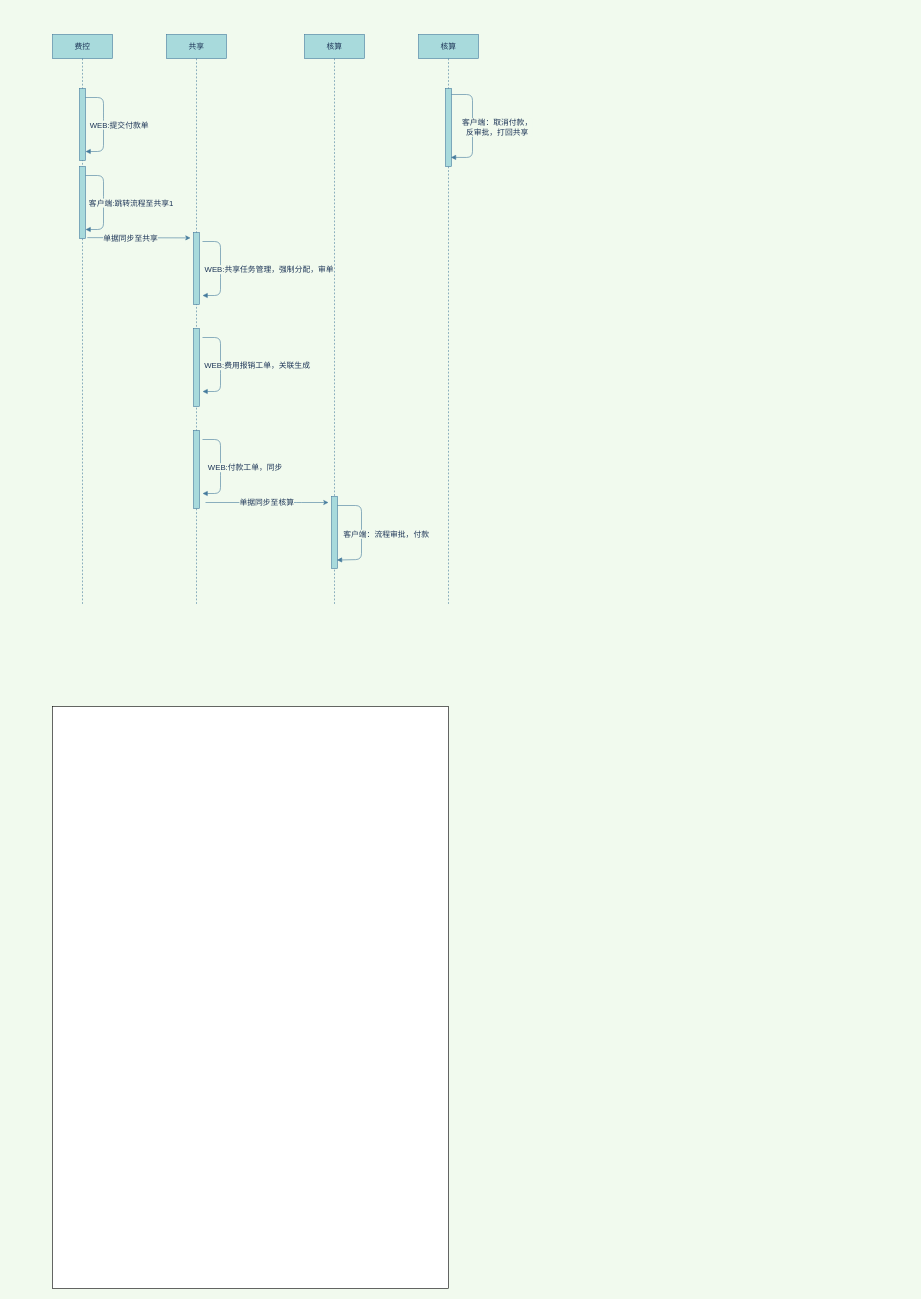
The draw.io diagram rpa-auto-test1.drawio in Alphathur/diagram, before the edit. Source tidied: cells renumbered, new cells numbered last; positions are measured from the earlier drawing's top-left corner, leaving out a move shared by most shapes. Both pictures are drawn from the tidied source at 60%, with x=0, y=0 at pixel (52, 34).
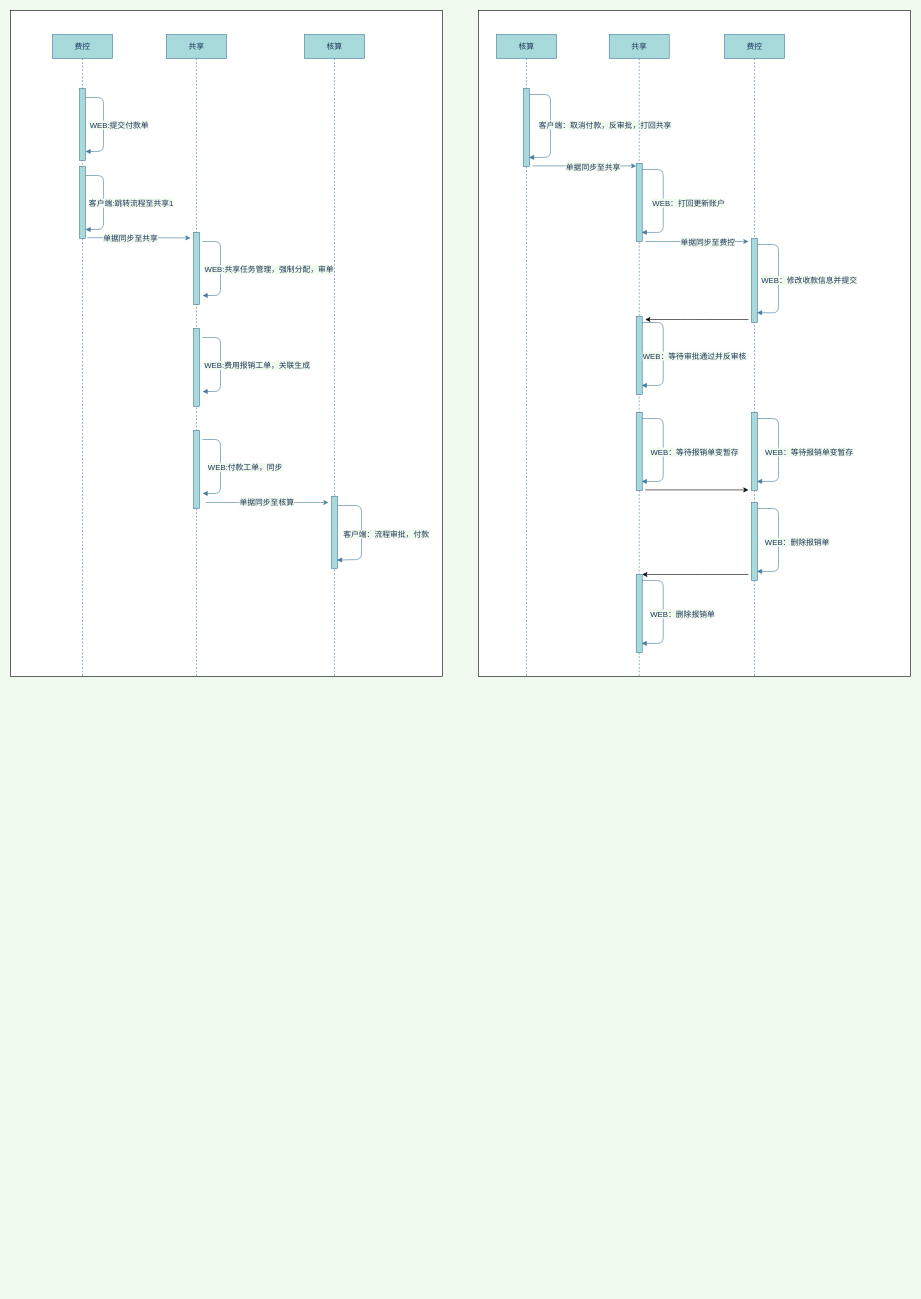
The same page after the edit.

What changed in the source:
```diff
@@
+    <mxCell id="32" style="rounded=0;whiteSpace=wrap;html=1;" parent="1" vertex="1">
+      <mxGeometry x="710" y="-40" width="720" height="1110" as="geometry" />
+    </mxCell>
     <mxCell id="2" style="rounded=0;whiteSpace=wrap;html=1;" parent="1" vertex="1">
-      <mxGeometry y="1120" width="660" height="970" as="geometry" />
+      <mxGeometry x="-70" y="-40" width="720" height="1110" as="geometry" />
     </mxCell>
     <mxCell id="3" value="共享" style="shape=umlLifeline;perimeter=lifelinePerimeter;whiteSpace=wrap;html=1;fontSize=13;fillColor=#A8DADC;strokeColor=#457B9D;fontColor=#1D3557;" parent="1" vertex="1">
-      <mxGeometry x="190" width="100" height="950" as="geometry" />
+      <mxGeometry x="190" width="100" height="1070" as="geometry" />
     </mxCell>
@@
     <mxCell id="6" value="费控" style="shape=umlLifeline;perimeter=lifelinePerimeter;whiteSpace=wrap;html=1;fontSize=13;fillColor=#A8DADC;strokeColor=#457B9D;fontColor=#1D3557;" parent="1" vertex="1">
-      <mxGeometry width="100" height="950" as="geometry" />
+      <mxGeometry width="100" height="1070" as="geometry" />
     </mxCell>
@@
     <mxCell id="8" value="核算" style="shape=umlLifeline;perimeter=lifelinePerimeter;whiteSpace=wrap;html=1;fontSize=13;fillColor=#A8DADC;strokeColor=#457B9D;fontColor=#1D3557;" parent="1" vertex="1">
-      <mxGeometry x="420" width="100" height="950" as="geometry" />
+      <mxGeometry x="420" width="100" height="1070" as="geometry" />
     </mxCell>
@@
     <mxCell id="28" value="核算" style="shape=umlLifeline;perimeter=lifelinePerimeter;whiteSpace=wrap;html=1;fontSize=13;fillColor=#A8DADC;strokeColor=#457B9D;fontColor=#1D3557;" parent="1" vertex="1">
-      <mxGeometry x="610" width="100" height="950" as="geometry" />
+      <mxGeometry x="740" width="100" height="1070" as="geometry" />
     </mxCell>
     <mxCell id="29" style="html=1;points=[];perimeter=orthogonalPerimeter;fontSize=13;fillColor=#A8DADC;strokeColor=#457B9D;fontColor=#1D3557;" parent="1" vertex="1">
-      <mxGeometry x="655" y="90" width="10" height="130" as="geometry" />
+      <mxGeometry x="785" y="90" width="10" height="130" as="geometry" />
     </mxCell>
     <mxCell id="30" style="html=1;verticalAlign=bottom;labelBackgroundColor=none;endArrow=block;endFill=1;fontSize=13;strokeColor=#457B9D;fontColor=#1D3557;entryX=0.9;entryY=0.883;entryDx=0;entryDy=0;entryPerimeter=0;" parent="1" edge="1" source="29" target="29">
       <mxGeometry relative="1" as="geometry">
         <Array as="points">
-          <mxPoint x="700" y="100" />
-          <mxPoint x="700" y="205" />
+          <mxPoint x="830" y="100" />
+          <mxPoint x="830" y="205" />
         </Array>
       </mxGeometry>
     </mxCell>
-    <mxCell id="31" value="客户端：取消付款，&lt;br&gt;反审批，打回共享" style="edgeLabel;html=1;align=center;verticalAlign=middle;fontSize=13;fontColor=#1D3557;labelBackgroundColor=#F1FAEE;" parent="30" vertex="1">
+    <mxCell id="31" value="客户端：取消付款，反审批，打回共享" style="edgeLabel;html=1;align=center;verticalAlign=middle;fontSize=13;fontColor=#1D3557;labelBackgroundColor=#F1FAEE;" parent="30" vertex="1">
       <mxGeometry x="-0.17" y="-1" relative="1" as="geometry">
-        <mxPoint x="41" y="16" as="offset" />
+        <mxPoint x="91" y="12" as="offset" />
       </mxGeometry>
     </mxCell>
+    <mxCell id="33" value="共享" style="shape=umlLifeline;perimeter=lifelinePerimeter;whiteSpace=wrap;html=1;fontSize=13;fillColor=#A8DADC;strokeColor=#457B9D;fontColor=#1D3557;" parent="1" vertex="1">
+      <mxGeometry x="927.9" width="100" height="1070" as="geometry" />
+    </mxCell>
+    <mxCell id="34" style="html=1;points=[];perimeter=orthogonalPerimeter;fontSize=13;fillColor=#A8DADC;strokeColor=#457B9D;fontColor=#1D3557;" parent="1" vertex="1">
+      <mxGeometry x="972.9" y="215" width="10" height="130" as="geometry" />
+    </mxCell>
+    <mxCell id="35" style="html=1;verticalAlign=bottom;labelBackgroundColor=none;endArrow=block;endFill=1;fontSize=13;strokeColor=#457B9D;fontColor=#1D3557;entryX=0.9;entryY=0.883;entryDx=0;entryDy=0;entryPerimeter=0;" parent="1" edge="1" source="34" target="34">
+      <mxGeometry relative="1" as="geometry">
+        <Array as="points">
+          <mxPoint x="1017.9" y="225" />
+          <mxPoint x="1017.9" y="330" />
+        </Array>
+      </mxGeometry>
+    </mxCell>
+    <mxCell id="36" value="WEB：打回更新账户" style="edgeLabel;html=1;align=center;verticalAlign=middle;fontSize=13;fontColor=#1D3557;labelBackgroundColor=#F1FAEE;" parent="35" vertex="1">
+      <mxGeometry x="-0.17" y="-1" relative="1" as="geometry">
+        <mxPoint x="43" y="17" as="offset" />
+      </mxGeometry>
+    </mxCell>
+    <mxCell id="37" value="费控" style="shape=umlLifeline;perimeter=lifelinePerimeter;whiteSpace=wrap;html=1;fontSize=13;fillColor=#A8DADC;strokeColor=#457B9D;fontColor=#1D3557;" parent="1" vertex="1">
+      <mxGeometry x="1120" width="100" height="1070" as="geometry" />
+    </mxCell>
+    <mxCell id="38" style="html=1;points=[];perimeter=orthogonalPerimeter;fontSize=13;fillColor=#A8DADC;strokeColor=#457B9D;fontColor=#1D3557;" parent="1" vertex="1">
+      <mxGeometry x="1165" y="340" width="10" height="140" as="geometry" />
+    </mxCell>
+    <mxCell id="39" style="html=1;verticalAlign=bottom;labelBackgroundColor=none;endArrow=block;endFill=1;fontSize=13;strokeColor=#457B9D;fontColor=#1D3557;entryX=0.9;entryY=0.883;entryDx=0;entryDy=0;entryPerimeter=0;" parent="1" edge="1" source="38" target="38">
+      <mxGeometry relative="1" as="geometry">
+        <Array as="points">
+          <mxPoint x="1210" y="350" />
+          <mxPoint x="1210" y="464" />
+        </Array>
+      </mxGeometry>
+    </mxCell>
+    <mxCell id="40" value="WEB：修改收款信息并提交" style="edgeLabel;html=1;align=center;verticalAlign=middle;fontSize=13;fontColor=#1D3557;labelBackgroundColor=#F1FAEE;" parent="39" vertex="1">
+      <mxGeometry x="-0.17" y="-1" relative="1" as="geometry">
+        <mxPoint x="51" y="17" as="offset" />
+      </mxGeometry>
+    </mxCell>
+    <mxCell id="41" style="html=1;points=[];perimeter=orthogonalPerimeter;fontSize=13;fillColor=#A8DADC;strokeColor=#457B9D;fontColor=#1D3557;" parent="1" vertex="1">
+      <mxGeometry x="972.9" y="470" width="10" height="130" as="geometry" />
+    </mxCell>
+    <mxCell id="42" style="html=1;verticalAlign=bottom;labelBackgroundColor=none;endArrow=block;endFill=1;fontSize=13;strokeColor=#457B9D;fontColor=#1D3557;entryX=0.9;entryY=0.883;entryDx=0;entryDy=0;entryPerimeter=0;" parent="1" edge="1" source="41" target="41">
+      <mxGeometry relative="1" as="geometry">
+        <Array as="points">
+          <mxPoint x="1017.9" y="480" />
+          <mxPoint x="1017.9" y="585" />
+        </Array>
+      </mxGeometry>
+    </mxCell>
+    <mxCell id="43" value="WEB：等待审批通过并反审核" style="edgeLabel;html=1;align=center;verticalAlign=middle;fontSize=13;fontColor=#1D3557;labelBackgroundColor=#F1FAEE;" parent="42" vertex="1">
+      <mxGeometry x="-0.17" y="-1" relative="1" as="geometry">
+        <mxPoint x="53" y="17" as="offset" />
+      </mxGeometry>
+    </mxCell>
+    <mxCell id="44" style="endArrow=classic;html=1;fontSize=13;strokeColor=#457B9D;fontColor=#1D3557;labelBackgroundColor=#F1FAEE;" parent="1" edge="1" target="34">
+      <mxGeometry relative="1" as="geometry">
+        <mxPoint x="800" y="219" as="sourcePoint" />
+      </mxGeometry>
+    </mxCell>
+    <mxCell id="45" value="&lt;font style=&quot;font-size: 13px&quot;&gt;单据同步至共享&lt;/font&gt;" style="edgeLabel;html=1;align=center;verticalAlign=middle;fontColor=#1D3557;labelBackgroundColor=#F1FAEE;" parent="44" vertex="1">
+      <mxGeometry x="-0.26" relative="1" as="geometry">
+        <mxPoint x="36" y="1" as="offset" />
+      </mxGeometry>
+    </mxCell>
+    <mxCell id="46" style="endArrow=classic;html=1;fontSize=13;strokeColor=#457B9D;fontColor=#1D3557;labelBackgroundColor=#F1FAEE;" parent="1" edge="1">
+      <mxGeometry relative="1" as="geometry">
+        <mxPoint x="987.9" y="345" as="sourcePoint" />
+        <mxPoint x="1160" y="345" as="targetPoint" />
+      </mxGeometry>
+    </mxCell>
+    <mxCell id="47" value="&lt;font style=&quot;font-size: 13px&quot;&gt;单据同步至费控&lt;/font&gt;" style="edgeLabel;html=1;align=center;verticalAlign=middle;fontColor=#1D3557;labelBackgroundColor=#F1FAEE;" parent="46" vertex="1">
+      <mxGeometry x="-0.26" relative="1" as="geometry">
+        <mxPoint x="40" y="1" as="offset" />
+      </mxGeometry>
+    </mxCell>
+    <mxCell id="48" style="endArrow=classic;html=1;" parent="1" edge="1">
+      <mxGeometry relative="1" as="geometry">
+        <mxPoint x="1160" y="475" as="sourcePoint" />
+        <mxPoint x="987.9" y="475" as="targetPoint" />
+        <Array as="points">
+          <mxPoint x="1077.9" y="475" />
+          <mxPoint x="1057.9" y="475" />
+        </Array>
+      </mxGeometry>
+    </mxCell>
+    <mxCell id="49" style="html=1;points=[];perimeter=orthogonalPerimeter;fontSize=13;fillColor=#A8DADC;strokeColor=#457B9D;fontColor=#1D3557;" parent="1" vertex="1">
+      <mxGeometry x="972.9" y="630" width="10" height="130" as="geometry" />
+    </mxCell>
+    <mxCell id="50" style="html=1;verticalAlign=bottom;labelBackgroundColor=none;endArrow=block;endFill=1;fontSize=13;strokeColor=#457B9D;fontColor=#1D3557;entryX=0.9;entryY=0.883;entryDx=0;entryDy=0;entryPerimeter=0;" parent="1" edge="1" source="49" target="49">
+      <mxGeometry relative="1" as="geometry">
+        <Array as="points">
+          <mxPoint x="1017.9" y="640" />
+          <mxPoint x="1017.9" y="745" />
+        </Array>
+      </mxGeometry>
+    </mxCell>
+    <mxCell id="51" value="WEB：等待报销单变暂存" style="edgeLabel;html=1;align=center;verticalAlign=middle;fontSize=13;fontColor=#1D3557;labelBackgroundColor=#F1FAEE;" parent="50" vertex="1">
+      <mxGeometry x="-0.17" y="-1" relative="1" as="geometry">
+        <mxPoint x="53" y="17" as="offset" />
+      </mxGeometry>
+    </mxCell>
+    <mxCell id="52" style="html=1;points=[];perimeter=orthogonalPerimeter;fontSize=13;fillColor=#A8DADC;strokeColor=#457B9D;fontColor=#1D3557;" parent="1" vertex="1">
+      <mxGeometry x="1165" y="630" width="10" height="130" as="geometry" />
+    </mxCell>
+    <mxCell id="53" style="html=1;verticalAlign=bottom;labelBackgroundColor=none;endArrow=block;endFill=1;fontSize=13;strokeColor=#457B9D;fontColor=#1D3557;entryX=0.9;entryY=0.883;entryDx=0;entryDy=0;entryPerimeter=0;" parent="1" edge="1" source="52" target="52">
+      <mxGeometry relative="1" as="geometry">
+        <Array as="points">
+          <mxPoint x="1210" y="640" />
+          <mxPoint x="1210" y="745" />
+        </Array>
+      </mxGeometry>
+    </mxCell>
+    <mxCell id="54" value="WEB：等待报销单变暂存" style="edgeLabel;html=1;align=center;verticalAlign=middle;fontSize=13;fontColor=#1D3557;labelBackgroundColor=#F1FAEE;" parent="53" vertex="1">
+      <mxGeometry x="-0.17" y="-1" relative="1" as="geometry">
+        <mxPoint x="51" y="17" as="offset" />
+      </mxGeometry>
+    </mxCell>
+    <mxCell id="55" style="html=1;points=[];perimeter=orthogonalPerimeter;fontSize=13;fillColor=#A8DADC;strokeColor=#457B9D;fontColor=#1D3557;" parent="1" vertex="1">
+      <mxGeometry x="1165" y="780" width="10" height="130" as="geometry" />
+    </mxCell>
+    <mxCell id="56" style="html=1;verticalAlign=bottom;labelBackgroundColor=none;endArrow=block;endFill=1;fontSize=13;strokeColor=#457B9D;fontColor=#1D3557;entryX=0.9;entryY=0.883;entryDx=0;entryDy=0;entryPerimeter=0;" parent="1" edge="1" source="55" target="55">
+      <mxGeometry relative="1" as="geometry">
+        <Array as="points">
+          <mxPoint x="1210" y="790" />
+          <mxPoint x="1210" y="895" />
+        </Array>
+      </mxGeometry>
+    </mxCell>
+    <mxCell id="57" value="WEB：删除报销单" style="edgeLabel;html=1;align=center;verticalAlign=middle;fontSize=13;fontColor=#1D3557;labelBackgroundColor=#F1FAEE;" parent="56" vertex="1">
+      <mxGeometry x="-0.17" y="-1" relative="1" as="geometry">
+        <mxPoint x="31" y="17" as="offset" />
+      </mxGeometry>
+    </mxCell>
+    <mxCell id="58" style="html=1;points=[];perimeter=orthogonalPerimeter;fontSize=13;fillColor=#A8DADC;strokeColor=#457B9D;fontColor=#1D3557;" parent="1" vertex="1">
+      <mxGeometry x="972.9" y="900" width="10" height="130" as="geometry" />
+    </mxCell>
+    <mxCell id="59" style="html=1;verticalAlign=bottom;labelBackgroundColor=none;endArrow=block;endFill=1;fontSize=13;strokeColor=#457B9D;fontColor=#1D3557;entryX=0.9;entryY=0.883;entryDx=0;entryDy=0;entryPerimeter=0;" parent="1" edge="1" source="58" target="58">
+      <mxGeometry relative="1" as="geometry">
+        <Array as="points">
+          <mxPoint x="1017.9" y="910" />
+          <mxPoint x="1017.9" y="1015" />
+        </Array>
+      </mxGeometry>
+    </mxCell>
+    <mxCell id="60" value="WEB：删除报销单" style="edgeLabel;html=1;align=center;verticalAlign=middle;fontSize=13;fontColor=#1D3557;labelBackgroundColor=#F1FAEE;" parent="59" vertex="1">
+      <mxGeometry x="-0.17" y="-1" relative="1" as="geometry">
+        <mxPoint x="33" y="17" as="offset" />
+      </mxGeometry>
+    </mxCell>
+    <mxCell id="61" style="endArrow=classic;html=1;" parent="1" edge="1">
+      <mxGeometry relative="1" as="geometry">
+        <mxPoint x="1160" y="900" as="sourcePoint" />
+        <mxPoint x="982.9" y="900" as="targetPoint" />
+        <Array as="points">
+          <mxPoint x="1072.9" y="900" />
+        </Array>
+      </mxGeometry>
+    </mxCell>
+    <mxCell id="62" style="endArrow=classic;html=1;" parent="1" edge="1">
+      <mxGeometry relative="1" as="geometry">
+        <mxPoint x="987.9" y="759" as="sourcePoint" />
+        <mxPoint x="1160" y="759" as="targetPoint" />
+        <Array as="points">
+          <mxPoint x="1047.9" y="759" />
+        </Array>
+      </mxGeometry>
+    </mxCell>
```
